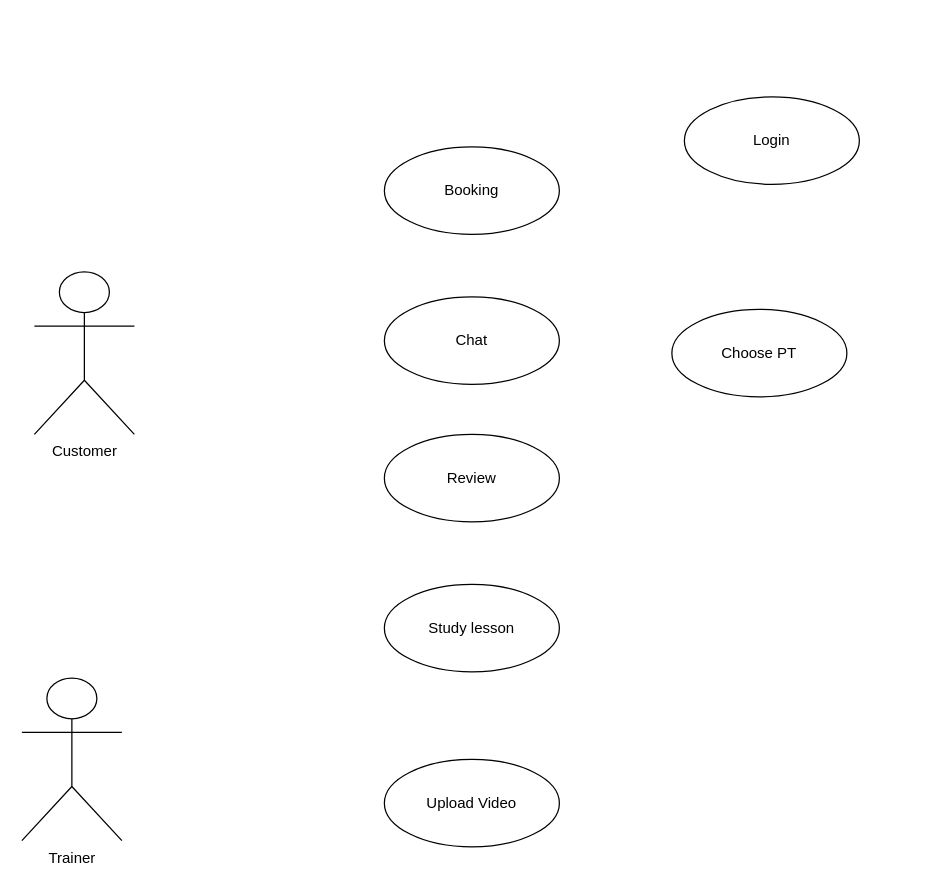
Before: Untitled Diagram.drawio in caoquy2000/DBI, a draw.io diagram. Source tidied: cells renumbered, new cells numbered last; positions are measured from the earlier drawing's top-left corner, leaving out a move shared by most shapes. Both pictures are drawn from the tidied source at 125%, with x=0, y=0 at pixel (21, 96).
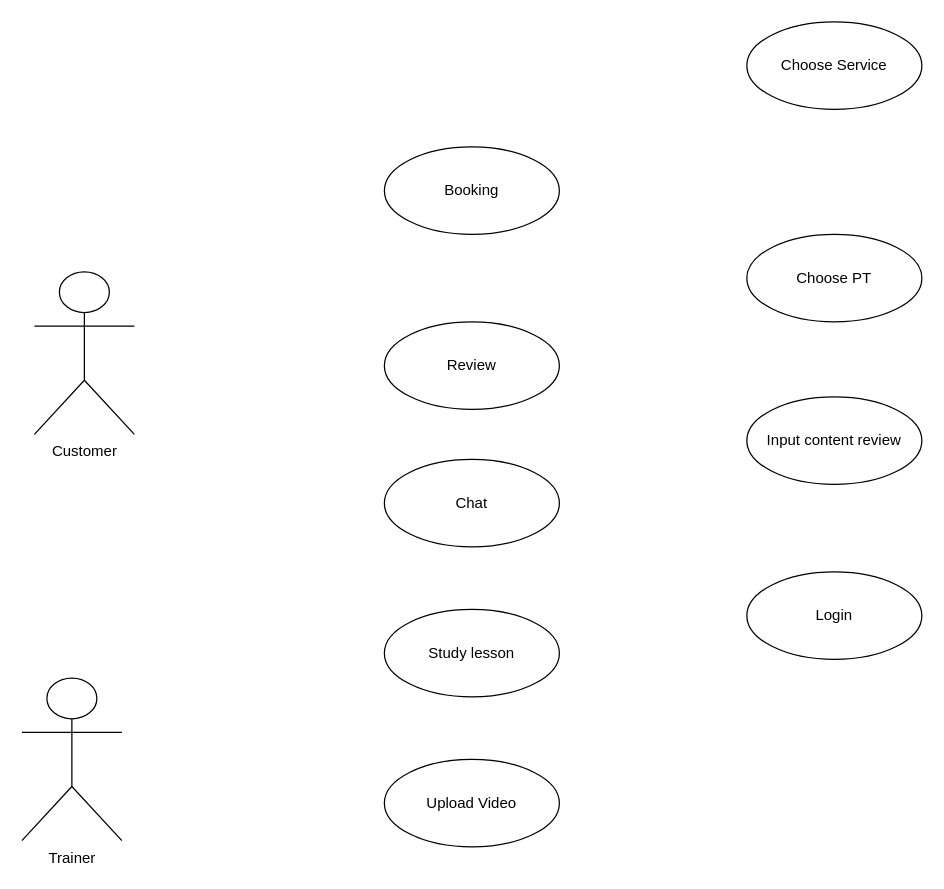
The same diagram, later.

Diff of the diagram source:
```diff
@@
 <mxGraphModel>
   <root>
     <mxCell id="0" />
     <mxCell id="1" parent="0" />
     <mxCell id="2" value="Booking" style="ellipse;whiteSpace=wrap;html=1;" parent="1" vertex="1">
       <mxGeometry x="290" y="40" width="140" height="70" as="geometry" />
     </mxCell>
     <mxCell id="3" value="Trainer" style="shape=umlActor;verticalLabelPosition=bottom;verticalAlign=top;html=1;" parent="1" vertex="1">
       <mxGeometry y="465" width="80" height="130" as="geometry" />
     </mxCell>
     <mxCell id="4" value="Review" style="ellipse;whiteSpace=wrap;html=1;" parent="1" vertex="1">
-      <mxGeometry x="290" y="270" width="140" height="70" as="geometry" />
+      <mxGeometry x="290" y="180" width="140" height="70" as="geometry" />
     </mxCell>
     <mxCell id="5" value="Chat" style="ellipse;whiteSpace=wrap;html=1;" parent="1" vertex="1">
-      <mxGeometry x="290" y="160" width="140" height="70" as="geometry" />
+      <mxGeometry x="290" y="290" width="140" height="70" as="geometry" />
     </mxCell>
     <mxCell id="6" value="Study lesson" style="ellipse;whiteSpace=wrap;html=1;" parent="1" vertex="1">
-      <mxGeometry x="290" y="390" width="140" height="70" as="geometry" />
+      <mxGeometry x="290" y="410" width="140" height="70" as="geometry" />
     </mxCell>
     <mxCell id="7" value="Upload Video" style="ellipse;whiteSpace=wrap;html=1;" parent="1" vertex="1">
       <mxGeometry x="290" y="530" width="140" height="70" as="geometry" />
     </mxCell>
     <mxCell id="8" value="Login" style="ellipse;whiteSpace=wrap;html=1;" parent="1" vertex="1">
-      <mxGeometry x="530" width="140" height="70" as="geometry" />
+      <mxGeometry x="580" y="380" width="140" height="70" as="geometry" />
     </mxCell>
     <mxCell id="9" value="Customer" style="shape=umlActor;verticalLabelPosition=bottom;verticalAlign=top;html=1;labelPosition=center;align=center;" parent="1" vertex="1">
       <mxGeometry x="10" y="140" width="80" height="130" as="geometry" />
     </mxCell>
     <mxCell id="10" value="Choose PT" style="ellipse;whiteSpace=wrap;html=1;" parent="1" vertex="1">
-      <mxGeometry x="520" y="170" width="140" height="70" as="geometry" />
+      <mxGeometry x="580" y="110" width="140" height="70" as="geometry" />
     </mxCell>
+    <mxCell id="11" value="Choose Service" style="ellipse;whiteSpace=wrap;html=1;" parent="1" vertex="1">
+      <mxGeometry x="580" y="-60" width="140" height="70" as="geometry" />
+    </mxCell>
+    <mxCell id="12" value="Input content review" style="ellipse;whiteSpace=wrap;html=1;" parent="1" vertex="1">
+      <mxGeometry x="580" y="240" width="140" height="70" as="geometry" />
+    </mxCell>
   </root>
 </mxGraphModel>
```
